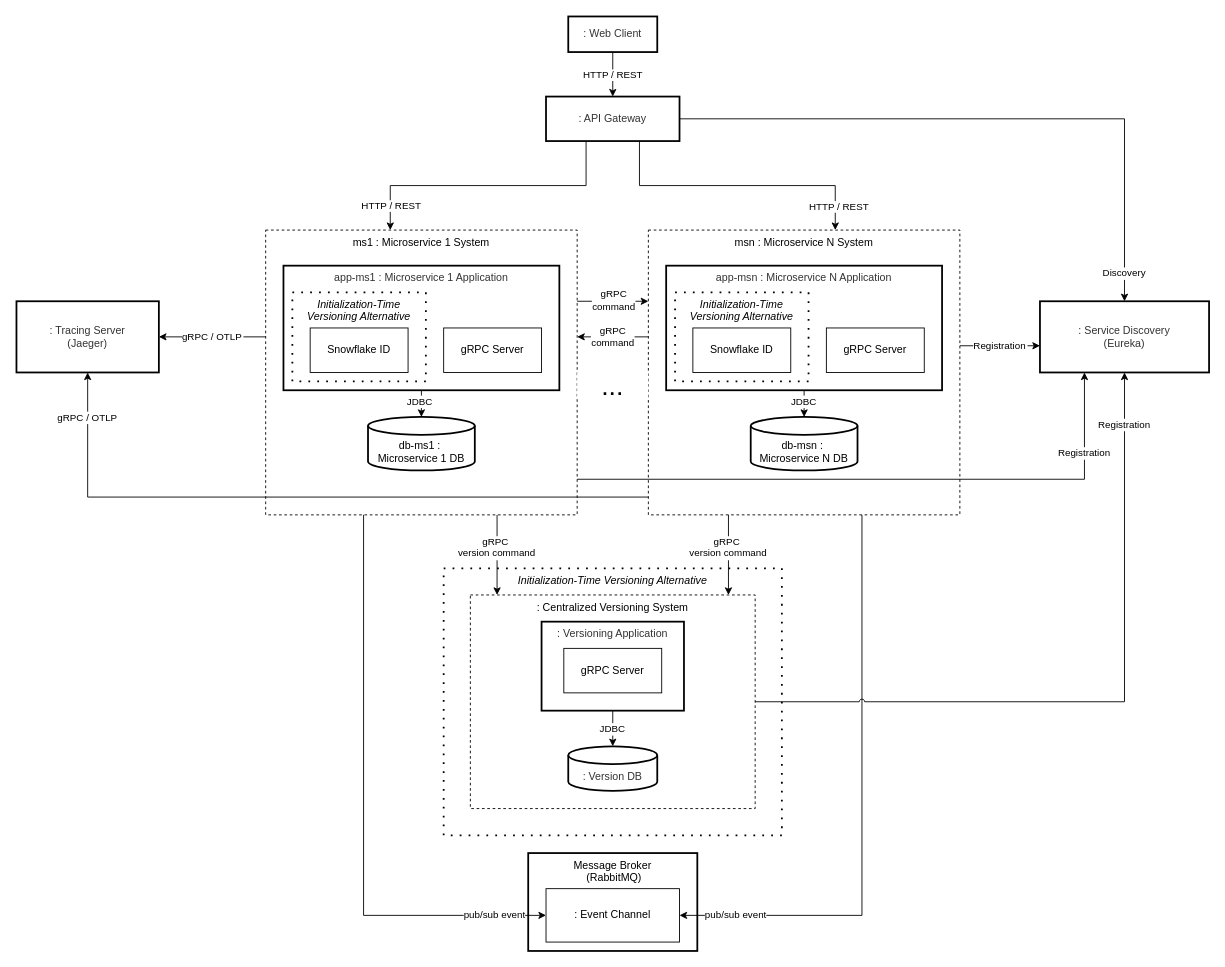
socialsoftware/microservices-simulator keeps this draw.io diagram as data/figs/architecture/topology_distr_grpc.drawio. Above is the earlier version. Source tidied: cells renumbered, new cells numbered last; positions are measured from the earlier drawing's top-left corner, leaving out a move shared by most shapes. Both pictures are drawn from the tidied source at 89%, with x=0, y=0 at pixel (16, 16).
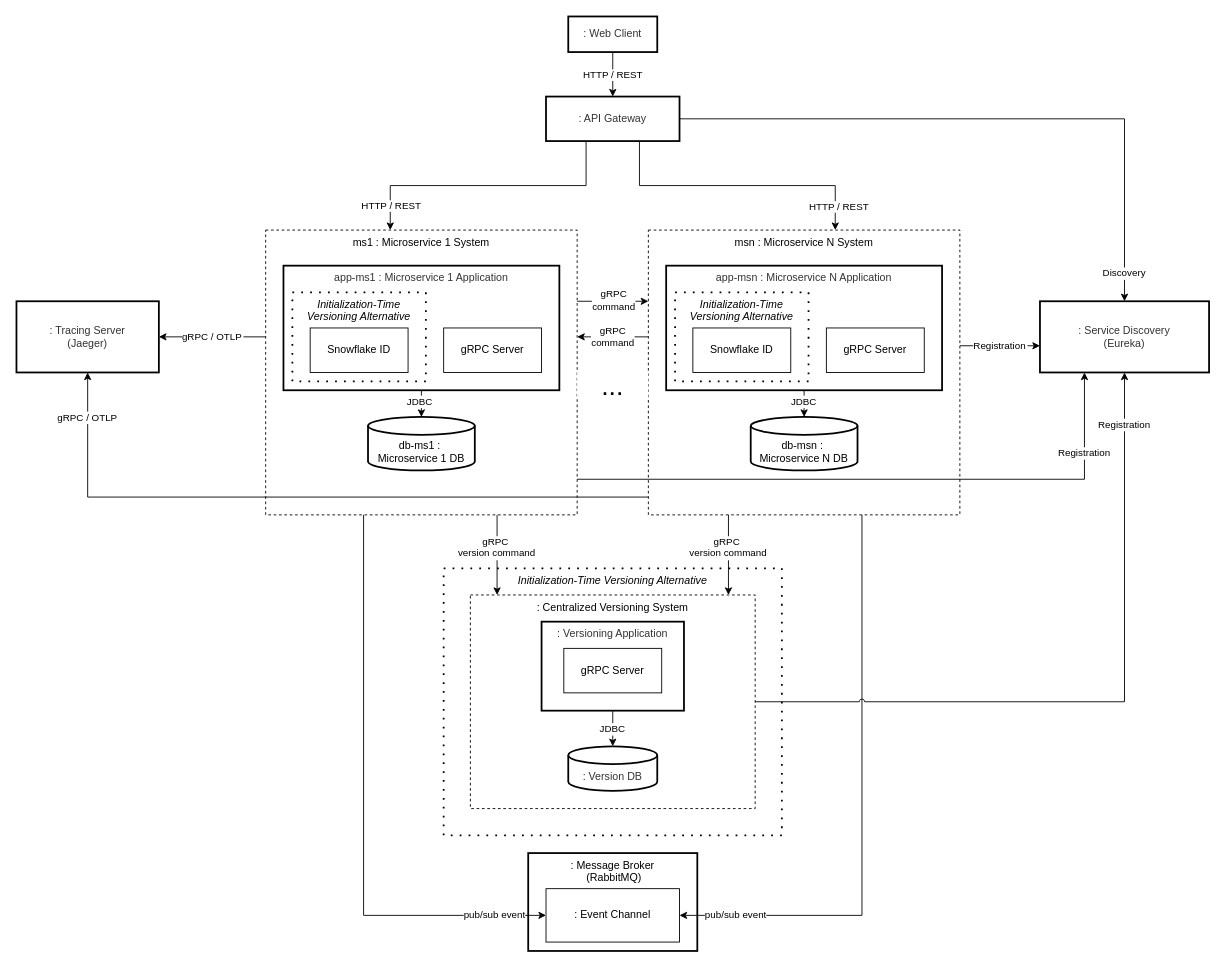
Above is the later version.

Change to the diagram source:
```diff
@@
-    <mxCell id="4" value="Message Broker&lt;div&gt;&amp;nbsp;(RabbitMQ)&lt;/div&gt;" style="whiteSpace=wrap;html=1;verticalAlign=top;strokeWidth=2;" parent="1" vertex="1">
+    <mxCell id="4" value=": Message Broker&lt;div&gt;&amp;nbsp;(RabbitMQ)&lt;/div&gt;" style="whiteSpace=wrap;html=1;verticalAlign=top;strokeWidth=2;" parent="1" vertex="1">
       <mxGeometry x="575" y="940" width="190" height="110" as="geometry" />
     </mxCell>
```
